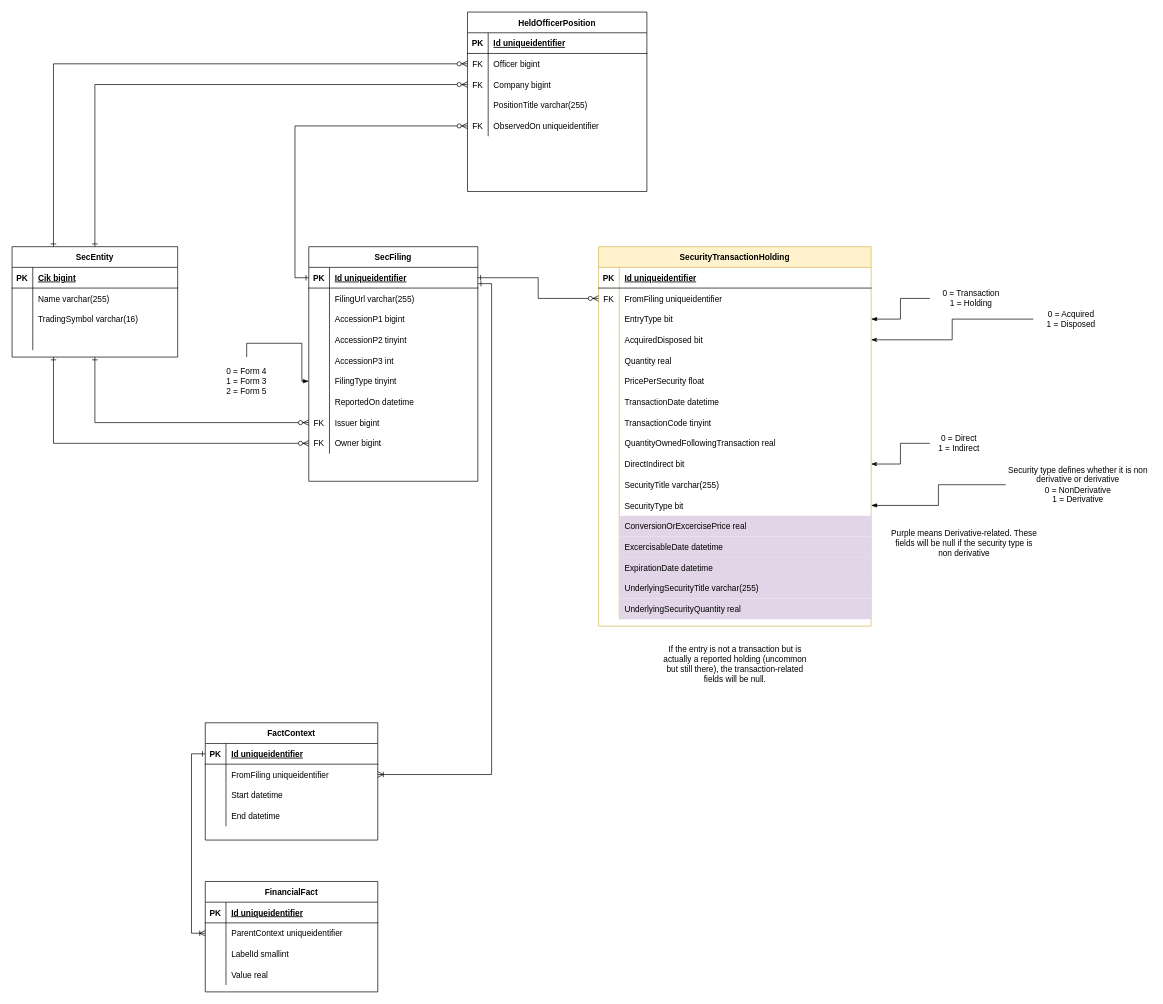
Before: page "Filing-Derived" (1 of 3) of AletheiaErd.drawio in TimHanewich/Aletheia-Engine-Library, a draw.io diagram. Source tidied: cells renumbered, new cells numbered last; positions are measured from the earlier drawing's top-left corner, leaving out a move shared by most shapes. Both pictures are drawn from the tidied source at 69%, with x=0, y=0 at pixel (12, 12).
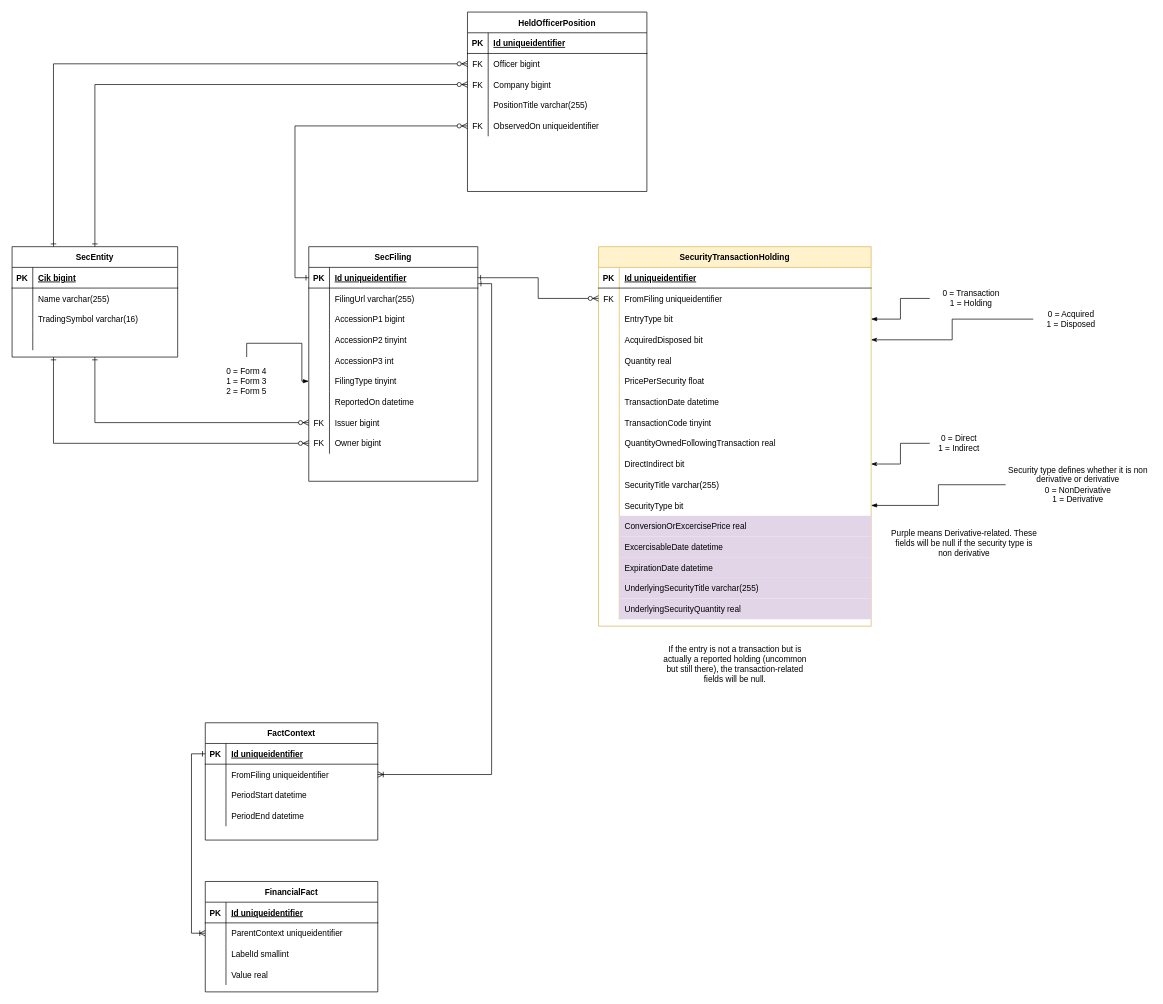
After the change.

Commit message:
Updated ERD to reflect FactContext PeriodStart and PeriodEnd columns

Unchanged cells that the change refers to:
```xml
<mxCell id="136" style="shape=partialRectangle;fillColor=none;top=0;left=0;bottom=0;right=0;" parent="129" vertex="1">
  <mxGeometry y="90" width="250" height="30" as="geometry" />
</mxCell>
<mxCell id="139" style="shape=partialRectangle;fillColor=none;top=0;left=0;bottom=0;right=0;" parent="129" vertex="1">
  <mxGeometry y="120" width="250" height="30" as="geometry" />
</mxCell>
```

What changed in the source:
```diff
@@
-    <mxCell id="138" value="Start datetime" style="shape=partialRectangle;fillColor=none;top=0;left=0;bottom=0;right=0;align=left;spacingLeft=6;overflow=hidden;" parent="136" vertex="1">
+    <mxCell id="138" value="PeriodStart datetime" style="shape=partialRectangle;fillColor=none;top=0;left=0;bottom=0;right=0;align=left;spacingLeft=6;overflow=hidden;" parent="136" vertex="1">
       <mxGeometry x="30" width="220" height="30" as="geometry" />
     </mxCell>
@@
-    <mxCell id="141" value="End datetime" style="shape=partialRectangle;fillColor=none;top=0;left=0;bottom=0;right=0;align=left;spacingLeft=6;overflow=hidden;" parent="139" vertex="1">
+    <mxCell id="141" value="PeriodEnd datetime" style="shape=partialRectangle;fillColor=none;top=0;left=0;bottom=0;right=0;align=left;spacingLeft=6;overflow=hidden;" parent="139" vertex="1">
       <mxGeometry x="30" width="220" height="30" as="geometry" />
     </mxCell>
```
